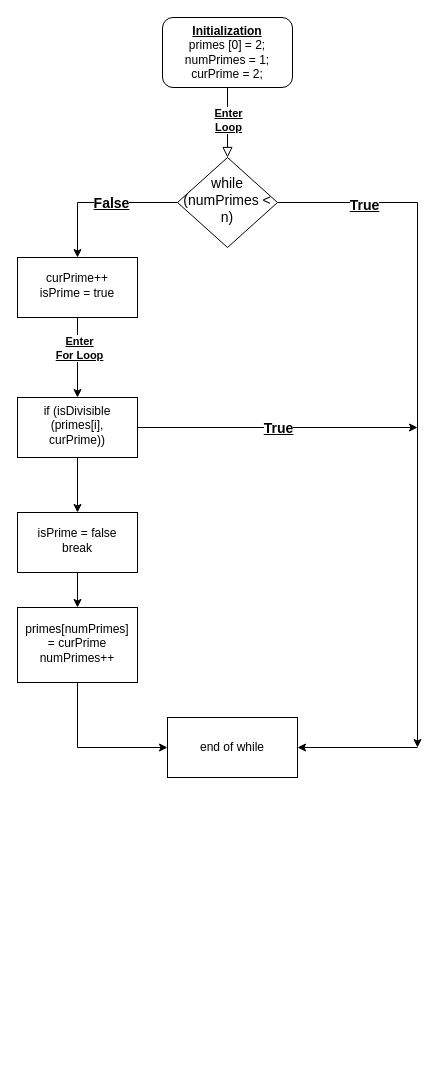
This is printPrimes.drawio from taelew2/taelew2, a draw.io file, before an edit. Source tidied: cells renumbered, new cells numbered last; positions are measured from the earlier drawing's top-left corner, leaving out a move shared by most shapes. Both pictures are drawn from the tidied source at 100%, with x=0, y=0 at pixel (17, 17).
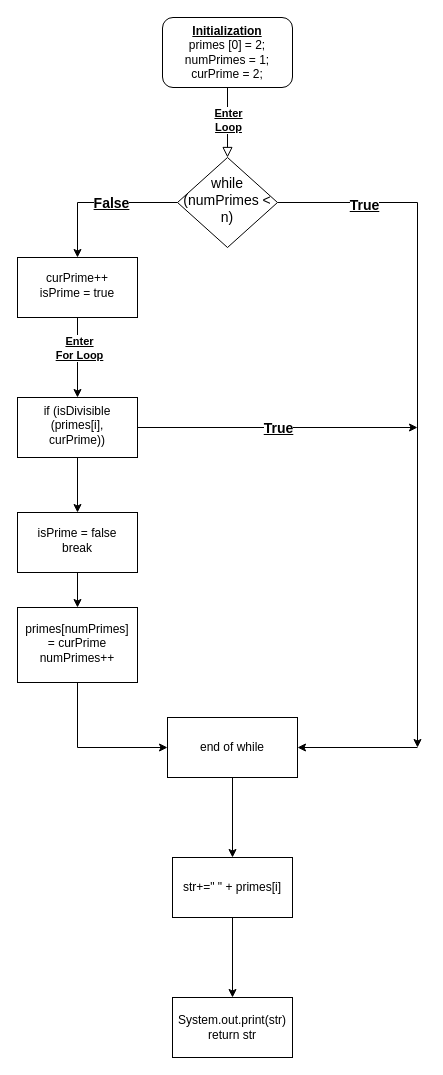
The same diagram, later.

Unchanged cells that the change refers to:
```xml
<mxCell id="22" value="end of while" style="rounded=0;whiteSpace=wrap;html=1;" parent="1" vertex="1">
  <mxGeometry x="150" y="700" width="130" height="60" as="geometry" />
</mxCell>
```

Change to the diagram source:
```diff
@@
+    <mxCell id="23" style="edgeStyle=orthogonalEdgeStyle;rounded=0;jettySize=auto;html=1;" parent="1" edge="1" source="22" target="25">
+      <mxGeometry relative="1" as="geometry" />
+    </mxCell>
@@
+    <mxCell id="24" style="edgeStyle=orthogonalEdgeStyle;rounded=0;jettySize=auto;html=1;" parent="1" edge="1" source="25" target="26">
+      <mxGeometry relative="1" as="geometry" />
+    </mxCell>
+    <mxCell id="25" value="str+=&quot; &quot; + primes[i]" style="whiteSpace=wrap;html=1;rounded=0;" parent="1" vertex="1">
+      <mxGeometry x="155" y="840" width="120" height="60" as="geometry" />
+    </mxCell>
+    <mxCell id="26" value="System.out.print(str)&lt;div&gt;return str&lt;/div&gt;" style="whiteSpace=wrap;html=1;rounded=0;" parent="1" vertex="1">
+      <mxGeometry x="155" y="980" width="120" height="60" as="geometry" />
+    </mxCell>
```
